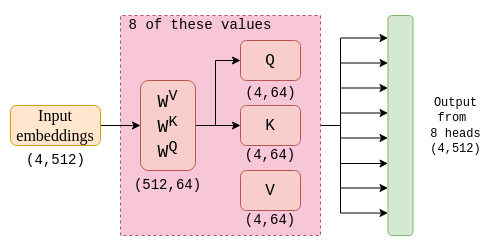
This is assets/images/multi-head-evolution.png from devennn/devennn.github.io, a draw.io export, as it was before one commit. Source tidied: cells renumbered, new cells last; positions are measured from the earlier drawing's top-left corner, leaving out a move shared by most shapes. The source it was exported from:
```xml
<mxGraphModel>
  <root>
    <mxCell id="0" />
    <mxCell id="1" parent="0" />
    <mxCell id="2" style="rounded=0;whiteSpace=wrap;html=1;strokeColor=none;" parent="1" vertex="1">
      <mxGeometry width="500" height="250" as="geometry" />
    </mxCell>
    <mxCell id="3" style="edgeStyle=orthogonalEdgeStyle;rounded=0;jettySize=auto;html=1;" parent="1" edge="1" source="4">
      <mxGeometry relative="1" as="geometry">
        <mxPoint x="387.5" y="163" as="targetPoint" />
        <Array as="points">
          <mxPoint x="340" y="125" />
          <mxPoint x="340" y="163" />
        </Array>
      </mxGeometry>
    </mxCell>
    <mxCell id="4" style="rounded=0;whiteSpace=wrap;html=1;comic=0;direction=south;dashed=1;strokeColor=#b85450;fillColor=#F8C6D9;" parent="1" vertex="1">
      <mxGeometry x="120" y="15" width="200" height="220" as="geometry" />
    </mxCell>
    <mxCell id="5" style="edgeStyle=orthogonalEdgeStyle;rounded=0;jettySize=auto;html=1;" parent="1" edge="1" source="6" target="8">
      <mxGeometry relative="1" as="geometry" />
    </mxCell>
    <mxCell id="6" value="&lt;font style=&quot;font-size: 16px&quot; face=&quot;Comic Sans MS&quot;&gt;Input embeddings&lt;br&gt;&lt;/font&gt;" style="rounded=1;whiteSpace=wrap;html=1;fillColor=#ffe6cc;strokeColor=#d79b00;" parent="1" vertex="1">
      <mxGeometry x="10" y="105" width="90" height="40" as="geometry" />
    </mxCell>
    <mxCell id="7" style="edgeStyle=orthogonalEdgeStyle;rounded=0;jettySize=auto;html=1;" parent="1" edge="1" source="8" target="11">
      <mxGeometry relative="1" as="geometry" />
    </mxCell>
    <mxCell id="8" value="&lt;div&gt;&lt;font style=&quot;font-size: 18px&quot; face=&quot;Courier New&quot;&gt;W&lt;sup&gt;V&lt;/sup&gt;&lt;br&gt;&lt;/font&gt;&lt;/div&gt;&lt;div&gt;&lt;font style=&quot;font-size: 18px&quot; face=&quot;Courier New&quot;&gt;W&lt;sup&gt;K&lt;/sup&gt;&lt;br&gt;&lt;/font&gt;&lt;/div&gt;&lt;div&gt;&lt;font style=&quot;font-size: 18px&quot; face=&quot;Courier New&quot;&gt;W&lt;sup&gt;Q&lt;/sup&gt;&lt;/font&gt;&lt;/div&gt;" style="rounded=1;whiteSpace=wrap;html=1;direction=south;fillColor=#f8cecc;strokeColor=#b85450;" parent="1" vertex="1">
      <mxGeometry x="140" y="80" width="55" height="90" as="geometry" />
    </mxCell>
    <mxCell id="9" style="edgeStyle=orthogonalEdgeStyle;rounded=0;jettySize=auto;html=1;endArrow=none;endFill=0;startArrow=classic;startFill=1;" parent="1" edge="1" source="10">
      <mxGeometry relative="1" as="geometry">
        <mxPoint x="215" y="125" as="targetPoint" />
      </mxGeometry>
    </mxCell>
    <mxCell id="10" value="&lt;font style=&quot;font-size: 16px&quot; face=&quot;Courier New&quot;&gt;Q&lt;/font&gt;" style="rounded=1;whiteSpace=wrap;html=1;fillColor=#f8cecc;strokeColor=#b85450;" parent="1" vertex="1">
      <mxGeometry x="240" y="40" width="60" height="40" as="geometry" />
    </mxCell>
    <mxCell id="11" value="&lt;font style=&quot;font-size: 16px&quot; face=&quot;Courier New&quot;&gt;K&lt;/font&gt;" style="rounded=1;whiteSpace=wrap;html=1;fillColor=#f8cecc;strokeColor=#b85450;" parent="1" vertex="1">
      <mxGeometry x="240" y="105" width="60" height="40" as="geometry" />
    </mxCell>
    <mxCell id="12" value="&lt;font style=&quot;font-size: 16px&quot; face=&quot;Courier New&quot;&gt;V&lt;/font&gt;" style="rounded=1;whiteSpace=wrap;html=1;fillColor=#f8cecc;strokeColor=#b85450;" parent="1" vertex="1">
      <mxGeometry x="240" y="170" width="60" height="40" as="geometry" />
    </mxCell>
    <mxCell id="13" style="edgeStyle=orthogonalEdgeStyle;rounded=0;orthogonalLoop=1;jettySize=auto;html=1;startArrow=classic;startFill=1;endArrow=none;endFill=0;" parent="1" edge="1">
      <mxGeometry relative="1" as="geometry">
        <mxPoint x="387.5" y="37.5" as="sourcePoint" />
        <mxPoint x="340" y="125" as="targetPoint" />
      </mxGeometry>
    </mxCell>
    <mxCell id="14" value="&lt;font style=&quot;font-size: 14px&quot; face=&quot;Courier New&quot;&gt;(4,512)&lt;/font&gt;" style="text;html=1;strokeColor=none;fillColor=none;align=center;verticalAlign=middle;whiteSpace=wrap;rounded=0;" parent="1" vertex="1">
      <mxGeometry x="12.5" y="150" width="85" height="20" as="geometry" />
    </mxCell>
    <mxCell id="15" value="&lt;font style=&quot;font-size: 14px&quot; face=&quot;Courier New&quot;&gt;(512,64)&lt;/font&gt;" style="text;html=1;strokeColor=none;fillColor=none;align=center;verticalAlign=middle;whiteSpace=wrap;rounded=0;" parent="1" vertex="1">
      <mxGeometry x="141.2" y="175" width="52.5" height="20" as="geometry" />
    </mxCell>
    <mxCell id="16" value="&lt;font style=&quot;font-size: 14px&quot; face=&quot;Courier New&quot;&gt;(4,64)&lt;/font&gt;" style="text;html=1;strokeColor=none;fillColor=none;align=center;verticalAlign=middle;whiteSpace=wrap;rounded=0;" parent="1" vertex="1">
      <mxGeometry x="237.5" y="85" width="65" height="15" as="geometry" />
    </mxCell>
    <mxCell id="17" value="&lt;font style=&quot;font-size: 14px&quot; face=&quot;Courier New&quot;&gt;(4,64)&lt;/font&gt;" style="text;html=1;strokeColor=none;fillColor=none;align=center;verticalAlign=middle;whiteSpace=wrap;rounded=0;" parent="1" vertex="1">
      <mxGeometry x="250" y="145" width="40" height="20" as="geometry" />
    </mxCell>
    <mxCell id="18" value="&lt;font style=&quot;font-size: 14px&quot; face=&quot;Courier New&quot;&gt;(4,64)&lt;/font&gt;" style="text;html=1;strokeColor=none;fillColor=none;align=center;verticalAlign=middle;whiteSpace=wrap;rounded=0;" parent="1" vertex="1">
      <mxGeometry x="250" y="210" width="40" height="20" as="geometry" />
    </mxCell>
    <mxCell id="19" style="edgeStyle=orthogonalEdgeStyle;rounded=0;orthogonalLoop=1;jettySize=auto;html=1;startArrow=classic;startFill=1;endArrow=none;endFill=0;" parent="1" edge="1">
      <mxGeometry relative="1" as="geometry">
        <mxPoint x="387.5" y="62.5" as="sourcePoint" />
        <mxPoint x="340" y="62.5" as="targetPoint" />
      </mxGeometry>
    </mxCell>
    <mxCell id="20" style="edgeStyle=orthogonalEdgeStyle;rounded=0;orthogonalLoop=1;jettySize=auto;html=1;endArrow=none;endFill=0;startArrow=classic;startFill=1;" parent="1" edge="1">
      <mxGeometry relative="1" as="geometry">
        <mxPoint x="387.5" y="87.5" as="sourcePoint" />
        <mxPoint x="340" y="87.5" as="targetPoint" />
      </mxGeometry>
    </mxCell>
    <mxCell id="21" style="edgeStyle=orthogonalEdgeStyle;rounded=0;orthogonalLoop=1;jettySize=auto;html=1;startArrow=classic;startFill=1;endArrow=none;endFill=0;" parent="1" edge="1">
      <mxGeometry relative="1" as="geometry">
        <mxPoint x="387.5" y="112.5" as="sourcePoint" />
        <mxPoint x="340" y="112.5" as="targetPoint" />
      </mxGeometry>
    </mxCell>
    <mxCell id="22" style="edgeStyle=orthogonalEdgeStyle;rounded=0;orthogonalLoop=1;jettySize=auto;html=1;startArrow=classic;startFill=1;endArrow=none;endFill=0;" parent="1" edge="1">
      <mxGeometry relative="1" as="geometry">
        <mxPoint x="387.5" y="137.5" as="sourcePoint" />
        <mxPoint x="340" y="137.5" as="targetPoint" />
      </mxGeometry>
    </mxCell>
    <mxCell id="23" style="edgeStyle=orthogonalEdgeStyle;rounded=0;orthogonalLoop=1;jettySize=auto;html=1;startArrow=classic;startFill=1;endArrow=none;endFill=0;" parent="1" edge="1">
      <mxGeometry relative="1" as="geometry">
        <mxPoint x="387.5" y="187.5" as="sourcePoint" />
        <mxPoint x="340" y="187.5" as="targetPoint" />
      </mxGeometry>
    </mxCell>
    <mxCell id="24" style="edgeStyle=orthogonalEdgeStyle;rounded=0;orthogonalLoop=1;jettySize=auto;html=1;startArrow=classic;startFill=1;endArrow=none;endFill=0;" parent="1" edge="1">
      <mxGeometry relative="1" as="geometry">
        <mxPoint x="387.5" y="212.5" as="sourcePoint" />
        <mxPoint x="340" y="125" as="targetPoint" />
      </mxGeometry>
    </mxCell>
    <mxCell id="25" value="&lt;div&gt;&lt;font style=&quot;font-size: 12px&quot; face=&quot;Courier New&quot;&gt;Output from&amp;nbsp; &lt;br&gt;&lt;/font&gt;&lt;/div&gt;&lt;div&gt;&lt;font style=&quot;font-size: 12px&quot; face=&quot;Courier New&quot;&gt;8 heads (4,512)&lt;/font&gt;&lt;/div&gt;" style="text;html=1;strokeColor=none;fillColor=none;align=center;verticalAlign=middle;whiteSpace=wrap;rounded=0;" parent="1" vertex="1">
      <mxGeometry x="412.5" y="115" width="85" height="20" as="geometry" />
    </mxCell>
    <mxCell id="26" value="&lt;font style=&quot;font-size: 14px&quot; face=&quot;Courier New&quot;&gt;8 of these values&lt;br&gt;&lt;/font&gt;" style="text;html=1;strokeColor=none;fillColor=none;align=center;verticalAlign=middle;whiteSpace=wrap;rounded=0;dashed=1;comic=0;" parent="1" vertex="1">
      <mxGeometry x="120" y="15" width="160" height="20" as="geometry" />
    </mxCell>
    <mxCell id="27" style="rounded=1;whiteSpace=wrap;html=1;fillColor=#d5e8d4;strokeColor=#82b366;direction=south;" parent="1" vertex="1">
      <mxGeometry x="387.5" y="15" width="25" height="220" as="geometry" />
    </mxCell>
  </root>
</mxGraphModel>
```
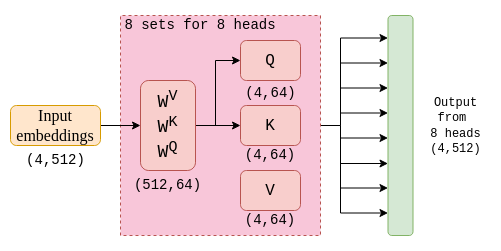
Later version of the same file.

Change to the diagram source:
```diff
@@ -103,7 +103,7 @@
     <mxCell id="25" value="&lt;div&gt;&lt;font style=&quot;font-size: 12px&quot; face=&quot;Courier New&quot;&gt;Output from&amp;nbsp; &lt;br&gt;&lt;/font&gt;&lt;/div&gt;&lt;div&gt;&lt;font style=&quot;font-size: 12px&quot; face=&quot;Courier New&quot;&gt;8 heads (4,512)&lt;/font&gt;&lt;/div&gt;" style="text;html=1;strokeColor=none;fillColor=none;align=center;verticalAlign=middle;whiteSpace=wrap;rounded=0;" parent="1" vertex="1">
       <mxGeometry x="412.5" y="115" width="85" height="20" as="geometry" />
     </mxCell>
-    <mxCell id="26" value="&lt;font style=&quot;font-size: 14px&quot; face=&quot;Courier New&quot;&gt;8 of these values&lt;br&gt;&lt;/font&gt;" style="text;html=1;strokeColor=none;fillColor=none;align=center;verticalAlign=middle;whiteSpace=wrap;rounded=0;dashed=1;comic=0;" parent="1" vertex="1">
+    <mxCell id="26" value="&lt;font style=&quot;font-size: 14px&quot; face=&quot;Courier New&quot;&gt;8 sets for 8 heads&lt;br&gt;&lt;/font&gt;" style="text;html=1;strokeColor=none;fillColor=none;align=center;verticalAlign=middle;whiteSpace=wrap;rounded=0;dashed=1;comic=0;" parent="1" vertex="1">
       <mxGeometry x="120" y="15" width="160" height="20" as="geometry" />
     </mxCell>
     <mxCell id="27" style="rounded=1;whiteSpace=wrap;html=1;fillColor=#d5e8d4;strokeColor=#82b366;direction=south;" parent="1" vertex="1">
```
